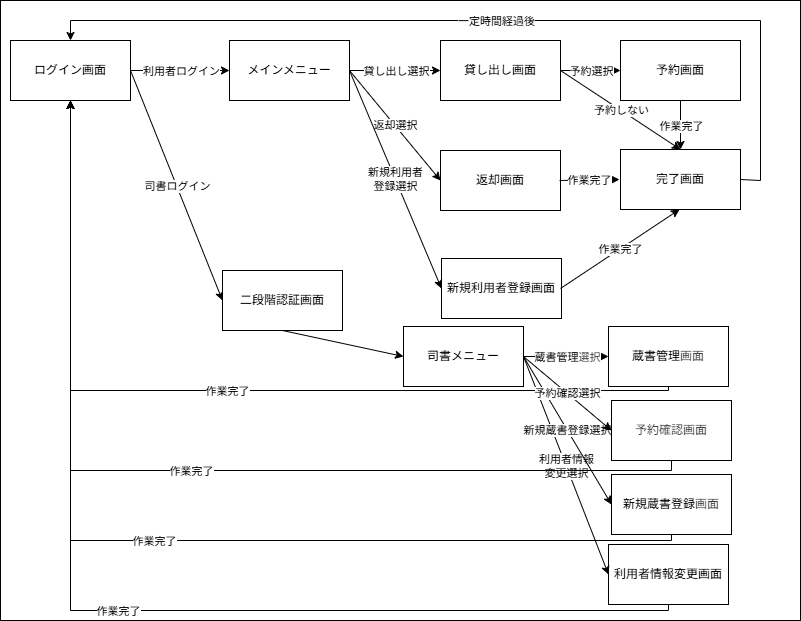
Before: 画面遷移/libiaiy_画面遷移図.drawio.png, a diagram exported from draw.io (lc-lor-lcb/liblary). Source tidied: cells renumbered, new cells last; positions are measured from the earlier drawing's top-left corner, leaving out a move shared by most shapes.
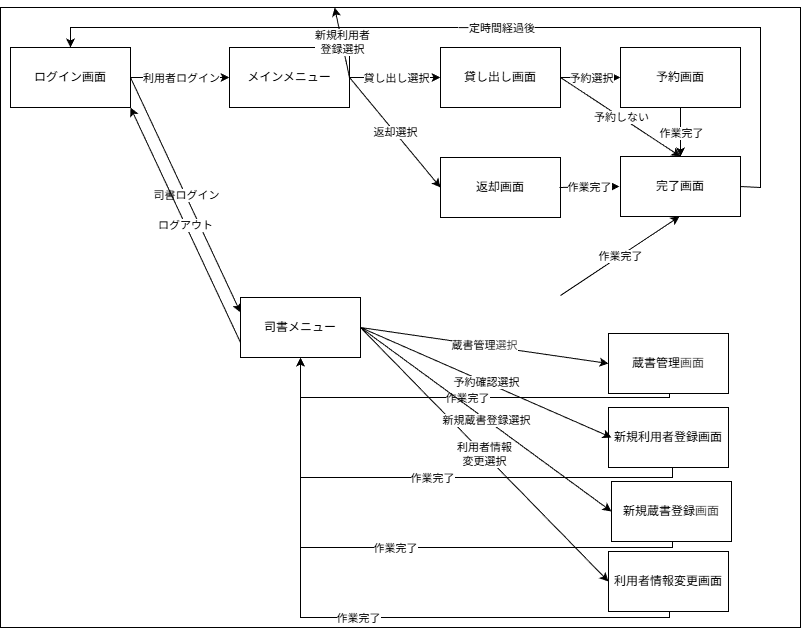
After the commit.

Change to the diagram source:
```diff
@@ -12,7 +12,7 @@
       <mxGeometry x="229" y="40" width="120" height="60" as="geometry" />
     </mxCell>
     <mxCell id="5" value="司書メニュー" style="rounded=0;whiteSpace=wrap;html=1;" parent="1" vertex="1">
-      <mxGeometry x="403" y="326" width="120" height="60" as="geometry" />
+      <mxGeometry x="240" y="290" width="120" height="60" as="geometry" />
     </mxCell>
     <mxCell id="6" value="貸し出し画面" style="rounded=0;whiteSpace=wrap;html=1;" parent="1" vertex="1">
       <mxGeometry x="440" y="40" width="120" height="60" as="geometry" />
@@ -24,7 +24,7 @@
       <mxGeometry x="440" y="150" width="120" height="60" as="geometry" />
     </mxCell>
     <mxCell id="9" value="新規利用者登録画面" style="rounded=0;whiteSpace=wrap;html=1;" parent="1" vertex="1">
-      <mxGeometry x="441" y="258" width="120" height="60" as="geometry" />
+      <mxGeometry x="608" y="400" width="120" height="60" as="geometry" />
     </mxCell>
     <mxCell id="10" value="予約画面" style="rounded=0;whiteSpace=wrap;html=1;" parent="1" vertex="1">
       <mxGeometry x="620" y="40" width="120" height="60" as="geometry" />
@@ -41,7 +41,7 @@
     <mxCell id="14" value="蔵書管理&lt;span style=&quot;color: rgb(63, 63, 63); background-color: light-dark(#ffffff, var(--ge-dark-color, #121212));&quot;&gt;選択&lt;/span&gt;" style="edgeLabel;html=1;align=center;verticalAlign=middle;" parent="13" vertex="1">
       <mxGeometry relative="1" as="geometry" />
     </mxCell>
-    <mxCell id="15" style="endArrow=classic;html=1;rounded=0;entryX=0;entryY=0.5;entryDx=0;entryDy=0;" parent="1" edge="1" target="29">
+    <mxCell id="15" style="endArrow=classic;html=1;rounded=0;entryX=0;entryY=0.25;entryDx=0;entryDy=0;" parent="1" edge="1" target="5">
       <mxGeometry relative="1" as="geometry">
         <mxPoint x="130" y="70" as="sourcePoint" />
       </mxGeometry>
@@ -61,7 +61,7 @@
     <mxCell id="20" value="返却選択" style="edgeLabel;html=1;align=center;verticalAlign=middle;" parent="19" vertex="1">
       <mxGeometry relative="1" as="geometry" />
     </mxCell>
-    <mxCell id="21" style="endArrow=classic;html=1;rounded=0;entryX=0;entryY=0.5;entryDx=0;entryDy=0;exitX=1;exitY=0.5;exitDx=0;exitDy=0;" parent="1" edge="1" source="4" target="9">
+    <mxCell id="21" style="endArrow=classic;html=1;rounded=0;exitX=1;exitY=0.5;exitDx=0;exitDy=0;" parent="1" edge="1" source="4" target="2">
       <mxGeometry relative="1" as="geometry" />
     </mxCell>
     <mxCell id="22" value="新規利用者&lt;br&gt;登録選択" style="edgeLabel;html=1;align=center;verticalAlign=middle;" parent="21" vertex="1">
@@ -85,12 +85,6 @@
     <mxCell id="28" value="作業完了" style="edgeLabel;html=1;align=center;verticalAlign=middle;" parent="27" vertex="1">
       <mxGeometry relative="1" as="geometry" />
     </mxCell>
-    <mxCell id="29" value="二段階認証画面" style="rounded=0;whiteSpace=wrap;html=1;" parent="1" vertex="1">
-      <mxGeometry x="222" y="270" width="120" height="60" as="geometry" />
-    </mxCell>
-    <mxCell id="30" style="endArrow=classic;html=1;rounded=0;entryX=0;entryY=0.5;entryDx=0;entryDy=0;exitX=0.5;exitY=1;exitDx=0;exitDy=0;" parent="1" edge="1" source="29" target="5">
-      <mxGeometry relative="1" as="geometry" />
-    </mxCell>
     <mxCell id="31" value="完了画面" style="rounded=0;whiteSpace=wrap;html=1;" parent="1" vertex="1">
       <mxGeometry x="620" y="149" width="120" height="60" as="geometry" />
     </mxCell>
@@ -124,11 +118,12 @@
     <mxCell id="37" value="一定時間経過後" style="edgeLabel;html=1;align=center;verticalAlign=middle;" parent="36" vertex="1">
       <mxGeometry relative="1" as="geometry" />
     </mxCell>
-    <mxCell id="38" style="endArrow=classic;html=1;rounded=0;entryX=0.5;entryY=1;entryDx=0;entryDy=0;exitX=0.5;exitY=1;exitDx=0;exitDy=0;" parent="1" edge="1" source="7" target="3">
+    <mxCell id="38" style="endArrow=classic;html=1;rounded=0;entryX=0.5;entryY=1;entryDx=0;entryDy=0;exitX=0.5;exitY=1;exitDx=0;exitDy=0;" parent="1" edge="1" target="5">
       <mxGeometry relative="1" as="geometry">
+        <mxPoint x="669" y="386" as="sourcePoint" />
         <Array as="points">
-          <mxPoint x="668" y="390" />
-          <mxPoint x="70" y="390" />
+          <mxPoint x="669" y="390" />
+          <mxPoint x="300" y="390" />
         </Array>
       </mxGeometry>
     </mxCell>
@@ -141,11 +136,12 @@
     <mxCell id="41" value="利用者情報変更画面" style="rounded=0;whiteSpace=wrap;html=1;" parent="1" vertex="1">
       <mxGeometry x="608" y="544" width="120" height="60" as="geometry" />
     </mxCell>
-    <mxCell id="42" style="endArrow=classic;html=1;rounded=0;exitX=0.5;exitY=1;exitDx=0;exitDy=0;entryX=0.5;entryY=1;entryDx=0;entryDy=0;" parent="1" edge="1" source="41" target="3">
+    <mxCell id="42" style="endArrow=classic;html=1;rounded=0;exitX=0.5;exitY=1;exitDx=0;exitDy=0;entryX=0.5;entryY=1;entryDx=0;entryDy=0;" parent="1" edge="1" target="5">
       <mxGeometry relative="1" as="geometry">
+        <mxPoint x="669" y="604" as="sourcePoint" />
         <Array as="points">
-          <mxPoint x="668" y="610" />
-          <mxPoint x="70" y="610" />
+          <mxPoint x="669" y="610" />
+          <mxPoint x="300" y="610" />
         </Array>
       </mxGeometry>
     </mxCell>
@@ -161,11 +157,12 @@
     <mxCell id="46" value="新規蔵書登録&lt;span style=&quot;color: rgb(63, 63, 63); background-color: transparent;&quot;&gt;画面&lt;/span&gt;" style="rounded=0;whiteSpace=wrap;html=1;" parent="1" vertex="1">
       <mxGeometry x="611" y="474" width="120" height="60" as="geometry" />
     </mxCell>
-    <mxCell id="47" style="endArrow=classic;html=1;rounded=0;exitX=0.5;exitY=1;exitDx=0;exitDy=0;entryX=0.5;entryY=1;entryDx=0;entryDy=0;" parent="1" edge="1" source="46" target="3">
+    <mxCell id="47" style="endArrow=classic;html=1;rounded=0;exitX=0.5;exitY=1;exitDx=0;exitDy=0;entryX=0.5;entryY=1;entryDx=0;entryDy=0;" parent="1" edge="1" target="5">
       <mxGeometry relative="1" as="geometry">
+        <mxPoint x="672" y="534" as="sourcePoint" />
         <Array as="points">
-          <mxPoint x="671" y="540" />
-          <mxPoint x="70" y="540" />
+          <mxPoint x="672" y="540" />
+          <mxPoint x="300" y="540" />
         </Array>
       </mxGeometry>
     </mxCell>
@@ -178,25 +175,31 @@
     <mxCell id="50" value="新規蔵書登録選択" style="edgeLabel;html=1;align=center;verticalAlign=middle;" parent="49" vertex="1">
       <mxGeometry relative="1" as="geometry" />
     </mxCell>
-    <mxCell id="51" value="&lt;span style=&quot;color: rgb(63, 63, 63); background-color: transparent;&quot;&gt;予約確認画面&lt;/span&gt;" style="rounded=0;whiteSpace=wrap;html=1;" parent="1" vertex="1">
-      <mxGeometry x="611" y="400" width="120" height="60" as="geometry" />
-    </mxCell>
-    <mxCell id="52" style="endArrow=classic;html=1;entryX=0;entryY=0.5;entryDx=0;entryDy=0;exitX=1;exitY=0.5;exitDx=0;exitDy=0;" parent="1" edge="1" source="5" target="51">
-      <mxGeometry relative="1" as="geometry" />
+    <mxCell id="52" style="endArrow=classic;html=1;entryX=0;entryY=0.5;entryDx=0;entryDy=0;exitX=1;exitY=0.5;exitDx=0;exitDy=0;" parent="1" edge="1" source="5">
+      <mxGeometry relative="1" as="geometry">
+        <mxPoint x="611" y="430" as="targetPoint" />
+      </mxGeometry>
     </mxCell>
     <mxCell id="53" value="予約確認選択" style="edgeLabel;html=1;align=center;verticalAlign=middle;" parent="52" vertex="1">
       <mxGeometry relative="1" as="geometry" />
     </mxCell>
-    <mxCell id="54" style="endArrow=classic;html=1;exitX=0.5;exitY=1;exitDx=0;exitDy=0;rounded=0;curved=0;entryX=0.5;entryY=1;entryDx=0;entryDy=0;" parent="1" edge="1" source="51" target="3">
+    <mxCell id="54" style="endArrow=classic;html=1;exitX=0.5;exitY=1;exitDx=0;exitDy=0;rounded=0;curved=0;entryX=0.5;entryY=1;entryDx=0;entryDy=0;" parent="1" edge="1" target="5">
       <mxGeometry relative="1" as="geometry">
+        <mxPoint x="672" y="460" as="sourcePoint" />
         <Array as="points">
-          <mxPoint x="671" y="470" />
-          <mxPoint x="70" y="470" />
+          <mxPoint x="672" y="470" />
+          <mxPoint x="300" y="470" />
         </Array>
       </mxGeometry>
     </mxCell>
     <mxCell id="55" value="作業完了" style="edgeLabel;html=1;align=center;verticalAlign=middle;" parent="54" vertex="1">
       <mxGeometry relative="1" as="geometry" />
     </mxCell>
+    <mxCell id="56" style="endArrow=classic;html=1;exitX=0;exitY=0.75;exitDx=0;exitDy=0;entryX=1;entryY=1;entryDx=0;entryDy=0;" parent="1" edge="1" source="5" target="3">
+      <mxGeometry relative="1" as="geometry" />
+    </mxCell>
+    <mxCell id="57" value="ログアウト" style="edgeLabel;html=1;align=center;verticalAlign=middle;" parent="56" vertex="1">
+      <mxGeometry relative="1" as="geometry" />
+    </mxCell>
   </root>
 </mxGraphModel>
```
